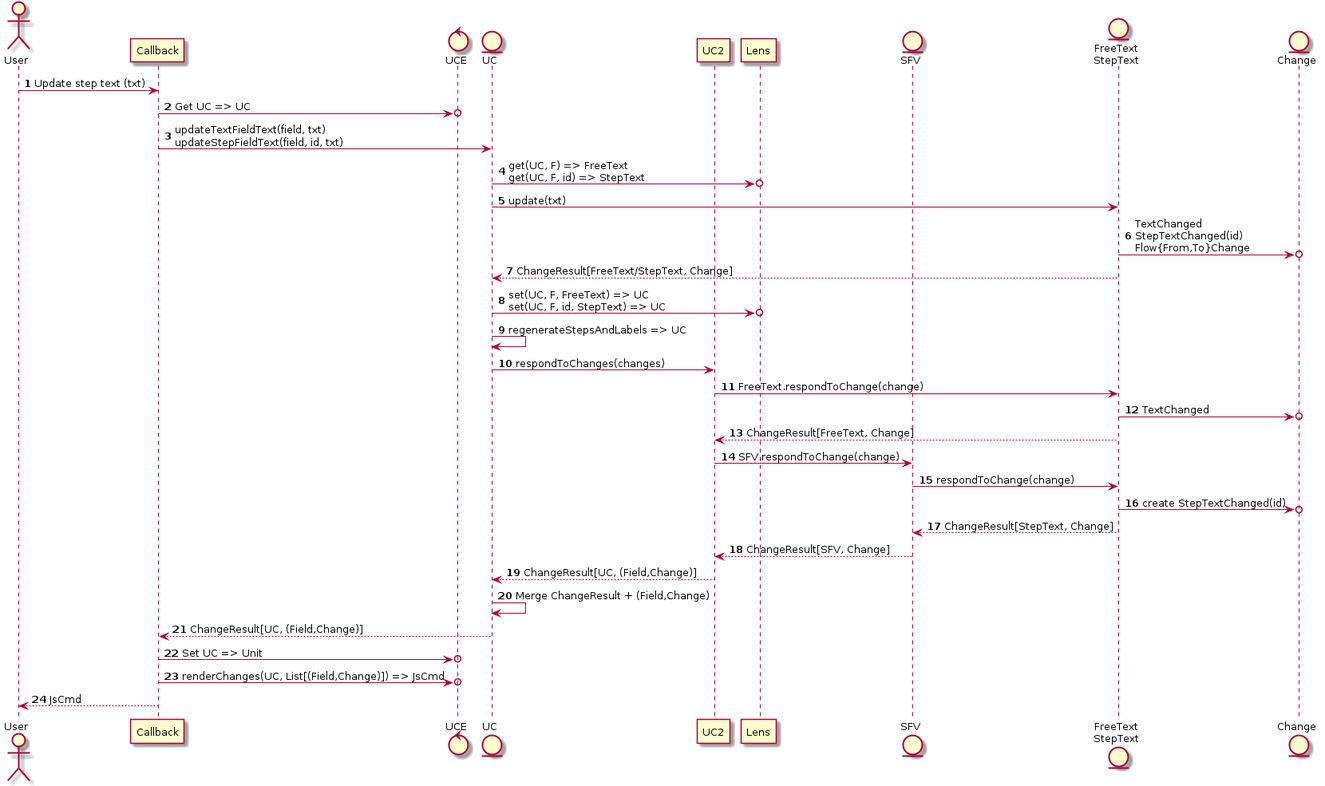
Before: Design/sequence-uce_ajax_edit.png, a diagram exported from PlantUML (scala-steward/shipreq).
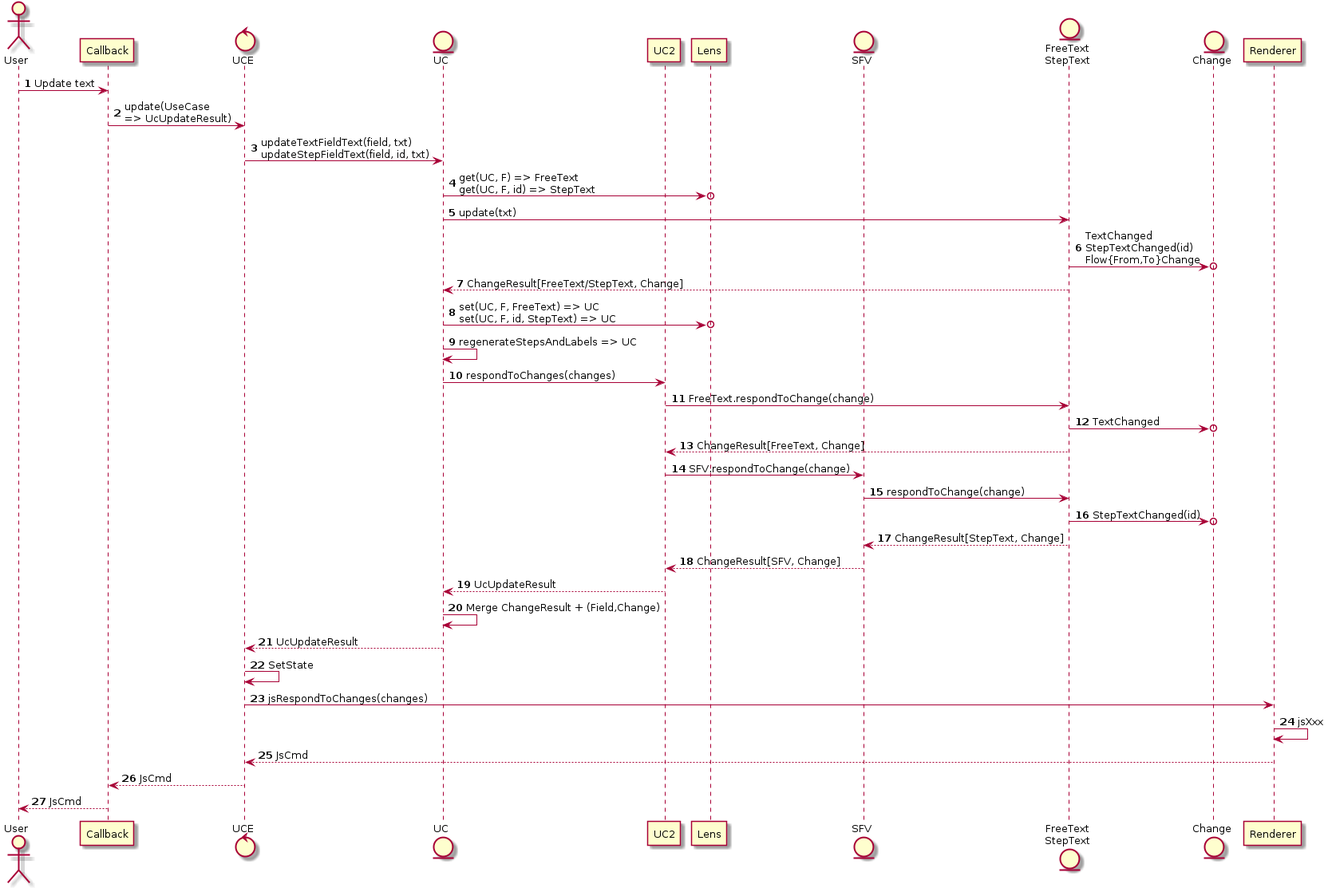
After the change.

The edit, as a diff of the source:
```diff
@@ -11,9 +11,10 @@
 entity "FreeText\nStepText" as StepText
 entity Change
 
-User -> Callback : Update step text (txt)
-Callback ->o UCE : Get UC => UC
-Callback -> UC : updateTextFieldText(field, txt)\nupdateStepFieldText(field, id, txt)
+User -> Callback : Update text
+Callback -> UCE : update(UseCase\n=> UcUpdateResult)
+
+UCE -> UC : updateTextFieldText(field, txt)\nupdateStepFieldText(field, id, txt)
   UC ->o Lens : get(UC, F) => FreeText\nget(UC, F, id) => StepText
   UC -> StepText : update(txt)
     StepText ->o Change : TextChanged\nStepTextChanged(id)\nFlow{From,To}Change
@@ -28,15 +29,20 @@
 
   UC2 -> SFV : SFV.respondToChange(change)
   SFV -> StepText : respondToChange(change)
-  StepText ->o Change : create StepTextChanged(id)
+  StepText ->o Change : StepTextChanged(id)
   SFV <-- StepText : ChangeResult[StepText, Change]
   UC2 <-- SFV : ChangeResult[SFV, Change]
 
-  UC <-- UC2 : ChangeResult[UC, (Field,Change)]
+  UC <-- UC2 : UcUpdateResult
   UC -> UC : Merge ChangeResult + (Field,Change)
-Callback <-- UC : ChangeResult[UC, (Field,Change)]
-Callback ->o UCE : Set UC => Unit
-Callback ->o UCE : renderChanges(UC, List[(Field,Change)]) => JsCmd
+UCE <-- UC : UcUpdateResult
+
+UCE ->o UCE : SetState
+UCE -> Renderer : jsRespondToChanges(changes)
+Renderer -> Renderer : jsXxx
+UCE <-- Renderer : JsCmd
+
+Callback <-- UCE : JsCmd
 User <-- Callback : JsCmd
 
 @enduml
```
